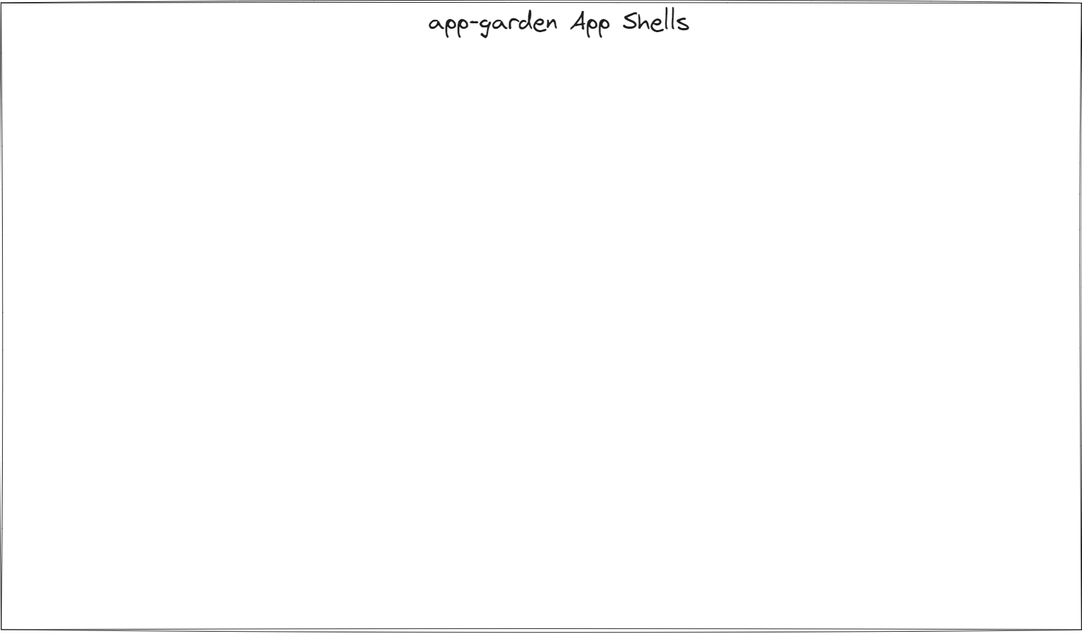
The Excalidraw diagram outline/gardens/wireframes/garden.excalidraw.png in VerdanTech/Vdt-Webapp, before a commit. Source tidied: one line per element, renumbered; positions are measured from the earlier drawing's top-left corner, leaving out a move shared by most shapes. Its diagram source:
```json
{"id": 0, "type": "text", "text": "app-garden App Shells", "strokeColor": "#1e1e1e", "backgroundColor": "#ffec99", "fillStyle": "hachure", "strokeWidth": 1, "roughness": 1, "fontSize": 36, "fontFamily": 1, "x": 626, "y": 10, "width": 382, "height": 45}
{"id": 1, "type": "rectangle", "strokeColor": "#1e1e1e", "strokeWidth": 1, "roughness": 1, "x": 2, "y": 4, "width": 1579, "height": 916}
{"id": 2, "type": "frame", "strokeColor": "#bbb", "strokeWidth": 1, "roughness": 0, "x": 0, "y": 0, "width": 1581, "height": 925}
```
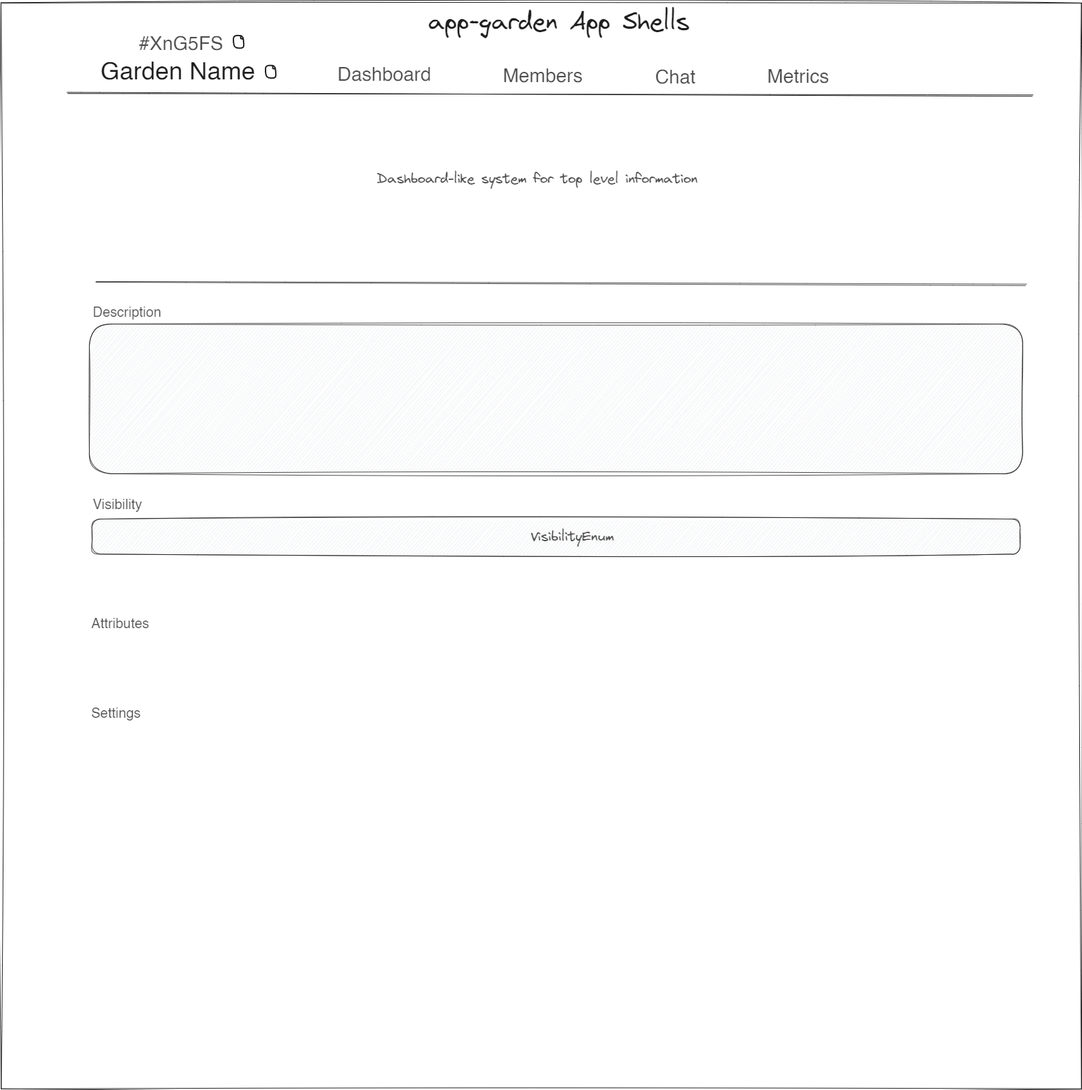
Later version of the same file.

What changed in the source:
```diff
@@ -1,3 +1,21 @@
 {"id": 0, "type": "text", "text": "app-garden App Shells", "strokeColor": "#1e1e1e", "backgroundColor": "#ffec99", "fillStyle": "hachure", "strokeWidth": 1, "roughness": 1, "fontSize": 36, "fontFamily": 1, "x": 626, "y": 10, "width": 382, "height": 45}
-{"id": 1, "type": "rectangle", "strokeColor": "#1e1e1e", "strokeWidth": 1, "roughness": 1, "x": 2, "y": 4, "width": 1579, "height": 916}
+{"id": 1, "type": "rectangle", "strokeColor": "#1e1e1e", "strokeWidth": 1, "roughness": 1, "x": 2, "y": 4, "width": 1579, "height": 1587}
+{"id": 3, "type": "text", "text": "Garden Name", "strokeColor": "#1e1e1e", "strokeWidth": 1, "roughness": 1, "fontSize": 36, "fontFamily": 2, "x": 147, "y": 83, "width": 226, "height": 41}
+{"id": 4, "type": "line", "strokeColor": "#1e1e1e", "strokeWidth": 1, "roughness": 1, "round": true, "x": 1509, "y": 140, "width": 1410, "height": 4, "points": [[0, 0], [-1410, -4]]}
+{"id": 5, "type": "text", "text": "Dashboard", "strokeColor": "#1e1e1e", "strokeWidth": 1, "roughness": 1, "opacity": 80, "fontSize": 28, "fontFamily": 2, "x": 493, "y": 92, "width": 137, "height": 32}
+{"id": 6, "type": "text", "text": "Members", "strokeColor": "#1e1e1e", "strokeWidth": 1, "roughness": 1, "opacity": 80, "fontSize": 28, "fontFamily": 2, "x": 735, "y": 94, "width": 117, "height": 32}
+{"id": 7, "type": "text", "text": "Metrics", "strokeColor": "#1e1e1e", "strokeWidth": 1, "roughness": 1, "opacity": 80, "fontSize": 28, "fontFamily": 2, "x": 1121, "y": 95, "width": 90, "height": 32}
+{"id": 8, "type": "text", "text": "Chat", "strokeColor": "#1e1e1e", "strokeWidth": 1, "roughness": 1, "opacity": 80, "fontSize": 28, "fontFamily": 2, "x": 957, "y": 96, "width": 59, "height": 32}
+{"id": 9, "type": "text", "text": "#XnG5FS", "strokeColor": "#1e1e1e", "strokeWidth": 1, "roughness": 1, "opacity": 80, "fontSize": 28, "fontFamily": 2, "x": 203, "y": 47, "width": 123, "height": 32}
+{"id": 10, "type": "line", "strokeColor": "#1e1e1e", "strokeWidth": 2, "roughness": 0, "round": true, "x": 352, "y": 53, "width": 14, "height": 17, "points": [[0, 0], [0, 3], [4, 4], [0, -1], [-10, 1], [-9, 16], [4, 16], [4, 4]]}
+{"id": 11, "type": "line", "strokeColor": "#1e1e1e", "strokeWidth": 2, "roughness": 0, "round": true, "x": 399, "y": 96, "width": 14, "height": 17, "points": [[0, 0], [0, 3], [4, 4], [0, -1], [-10, 1], [-9, 16], [4, 16], [4, 4]]}
+{"id": 12, "type": "line", "strokeColor": "#1e1e1e", "strokeWidth": 1, "roughness": 1, "opacity": 80, "round": true, "x": 1501, "y": 416, "width": 1361, "height": 4, "points": [[0, 0], [-1361, -4]]}
+{"id": 13, "type": "text", "text": "Dashboard-like system for top level information", "strokeColor": "#1e1e1e", "strokeWidth": 1, "roughness": 1, "opacity": 80, "fontSize": 20, "fontFamily": 1, "x": 551, "y": 249, "width": 468, "height": 25}
+{"id": 14, "type": "rectangle", "strokeColor": "#1e1e1e", "backgroundColor": "#e9ecef", "fillStyle": "hachure", "strokeWidth": 1, "roughness": 1, "opacity": 80, "round": true, "x": 131, "y": 474, "width": 1364, "height": 219}
+{"id": 15, "type": "text", "text": "Description", "strokeColor": "#1e1e1e", "backgroundColor": "#e9ecef", "fillStyle": "hachure", "strokeWidth": 1, "roughness": 1, "opacity": 80, "fontSize": 20, "fontFamily": 2, "x": 136, "y": 445, "width": 100, "height": 23}
+{"id": 16, "type": "rectangle", "strokeColor": "#1e1e1e", "backgroundColor": "#e9ecef", "fillStyle": "hachure", "strokeWidth": 1, "roughness": 1, "opacity": 80, "round": true, "x": 134, "y": 759, "width": 1356, "height": 51}
+{"id": 17, "type": "text", "text": "Visibility", "strokeColor": "#1e1e1e", "backgroundColor": "#e9ecef", "fillStyle": "hachure", "strokeWidth": 1, "roughness": 1, "opacity": 80, "fontSize": 20, "fontFamily": 2, "x": 136, "y": 726, "width": 72, "height": 23}
+{"id": 18, "type": "text", "text": "VisibilityEnum", "strokeColor": "#1e1e1e", "backgroundColor": "#e9ecef", "fillStyle": "hachure", "strokeWidth": 1, "roughness": 1, "opacity": 80, "fontSize": 20, "fontFamily": 1, "x": 776, "y": 772, "width": 122, "height": 25}
+{"id": 19, "type": "text", "text": "Attributes", "strokeColor": "#1e1e1e", "backgroundColor": "#e9ecef", "fillStyle": "hachure", "strokeWidth": 1, "roughness": 1, "opacity": 80, "fontSize": 20, "fontFamily": 2, "x": 133, "y": 900, "width": 84, "height": 23}
+{"id": 20, "type": "text", "text": "Settings", "strokeColor": "#1e1e1e", "backgroundColor": "#e9ecef", "fillStyle": "hachure", "strokeWidth": 1, "roughness": 1, "opacity": 80, "fontSize": 20, "fontFamily": 2, "x": 133, "y": 1031, "width": 72, "height": 23}
-{"id": 2, "type": "frame", "strokeColor": "#bbb", "strokeWidth": 1, "roughness": 0, "x": 0, "y": 0, "width": 1581, "height": 925}
+{"id": 2, "type": "frame", "strokeColor": "#bbb", "strokeWidth": 1, "roughness": 0, "x": 0, "y": 0, "width": 1581, "height": 1594}
```
